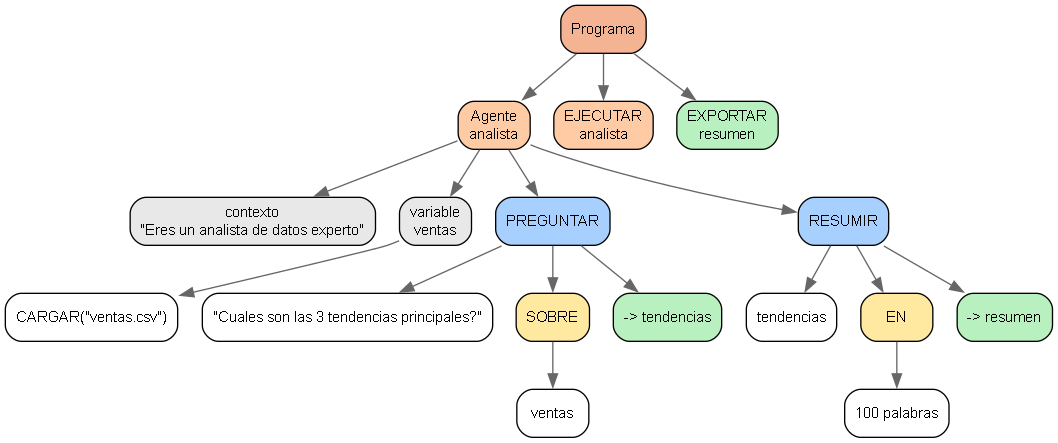
Earlier version of the Graphviz export recursos/Reportes/ast.png (GSWilliam276/Proyecto2_LenguajesFormales_PromptzalV3). Its source is kept beside it as recursos/Reportes/ast.dot.
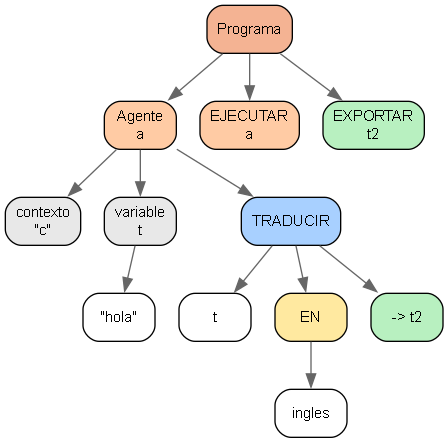
Later version of the same file.

Diff of the diagram source:
```diff
@@ -3,36 +3,26 @@
     edge [color="#666666"];
 
     n0 [label="Programa", fillcolor="#F4B393"];
-    n1 [label="Agente\nanalista", fillcolor="#FFCBA4"];
+    n1 [label="Agente\na", fillcolor="#FFCBA4"];
     n0 -> n1;
-    n2 [label="contexto\n\"Eres un analista de datos experto\"", fillcolor="#E8E8E8"];
+    n2 [label="contexto\n\"c\"", fillcolor="#E8E8E8"];
     n1 -> n2;
-    n3 [label="variable\nventas", fillcolor="#E8E8E8"];
+    n3 [label="variable\nt", fillcolor="#E8E8E8"];
     n1 -> n3;
-    n4 [label="CARGAR(\"ventas.csv\")", fillcolor="#FFFFFF"];
+    n4 [label="\"hola\"", fillcolor="#FFFFFF"];
     n3 -> n4;
-    n5 [label="PREGUNTAR", fillcolor="#A8D0FF"];
+    n5 [label="TRADUCIR", fillcolor="#A8D0FF"];
     n1 -> n5;
-    n6 [label="\"Cuales son las 3 tendencias principales?\"", fillcolor="#FFFFFF"];
+    n6 [label="t", fillcolor="#FFFFFF"];
     n5 -> n6;
-    n7 [label="SOBRE", fillcolor="#FFE9A0"];
+    n7 [label="EN", fillcolor="#FFE9A0"];
     n5 -> n7;
-    n8 [label="ventas", fillcolor="#FFFFFF"];
+    n8 [label="ingles", fillcolor="#FFFFFF"];
     n7 -> n8;
-    n9 [label="-> tendencias", fillcolor="#B8F0C0"];
+    n9 [label="-> t2", fillcolor="#B8F0C0"];
     n5 -> n9;
-    n10 [label="RESUMIR", fillcolor="#A8D0FF"];
-    n1 -> n10;
-    n11 [label="tendencias", fillcolor="#FFFFFF"];
-    n10 -> n11;
-    n12 [label="EN", fillcolor="#FFE9A0"];
-    n10 -> n12;
-    n13 [label="100 palabras", fillcolor="#FFFFFF"];
-    n12 -> n13;
-    n14 [label="-> resumen", fillcolor="#B8F0C0"];
-    n10 -> n14;
-    n15 [label="EJECUTAR\nanalista", fillcolor="#FFCBA4"];
-    n0 -> n15;
-    n16 [label="EXPORTAR\nresumen", fillcolor="#B8F0C0"];
-    n0 -> n16;
+    n10 [label="EJECUTAR\na", fillcolor="#FFCBA4"];
+    n0 -> n10;
+    n11 [label="EXPORTAR\nt2", fillcolor="#B8F0C0"];
+    n0 -> n11;
 }
```
